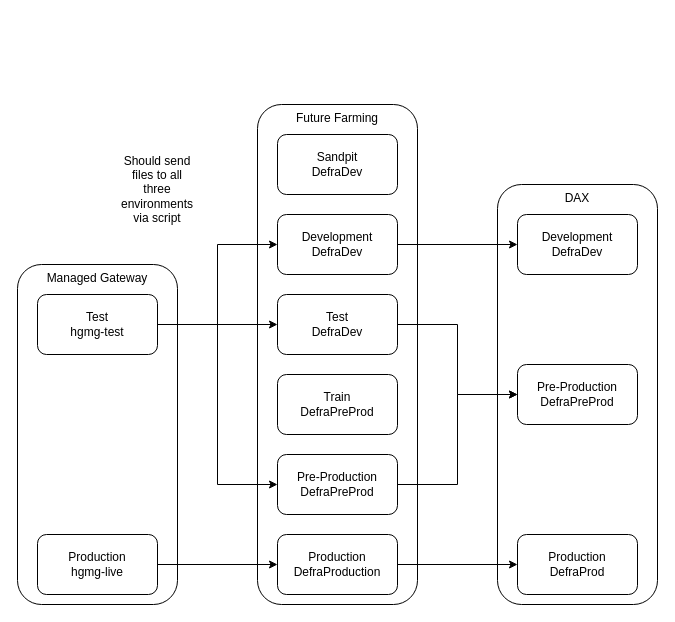
Earlier version of the draw.io diagram dax-integration.drawio (johnwatson484/diagrams). Source tidied: cells renumbered, new cells numbered last; positions are measured from the earlier drawing's top-left corner, leaving out a move shared by most shapes. Both pictures are drawn from the tidied source at 100%, with x=0, y=0 at pixel (17, 104).
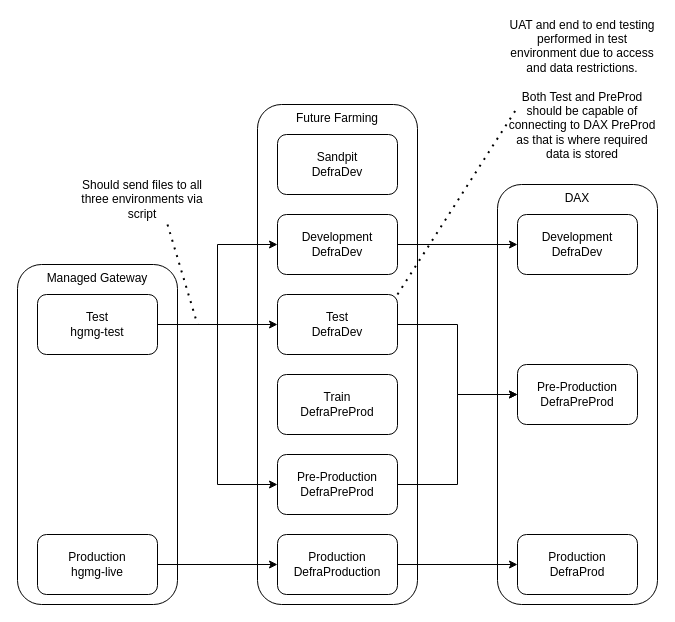
The same page after the edit.

The change refers to these unchanged cells:
```xml
<mxCell id="9" value="Test&lt;br&gt;DefraDev" style="rounded=1;whiteSpace=wrap;html=1;" parent="1" vertex="1">
  <mxGeometry x="260" y="190" width="120" height="60" as="geometry" />
</mxCell>
```

The edit, as a diff of the source:
```diff
@@
     <mxCell id="24" value="Should send files to all three environments via script" style="text;html=1;strokeColor=none;fillColor=none;align=center;verticalAlign=middle;whiteSpace=wrap;rounded=0;" parent="1" vertex="1">
-      <mxGeometry x="110" y="70" width="60" height="30" as="geometry" />
+      <mxGeometry x="50" y="80" width="150" height="30" as="geometry" />
     </mxCell>
+    <mxCell id="25" style="endArrow=none;dashed=1;html=1;dashPattern=1 3;strokeWidth=2;rounded=0;" parent="1" edge="1">
+      <mxGeometry relative="1" as="geometry">
+        <mxPoint x="150" y="120" as="sourcePoint" />
+        <mxPoint x="180" y="220" as="targetPoint" />
+      </mxGeometry>
+    </mxCell>
+    <mxCell id="26" value="UAT and end to end testing performed in test environment due to access and data restrictions.&lt;br&gt;&lt;br&gt;Both Test and PreProd should be capable of connecting to DAX PreProd as that is where required data is stored" style="text;html=1;strokeColor=none;fillColor=none;align=center;verticalAlign=middle;whiteSpace=wrap;rounded=0;" parent="1" vertex="1">
+      <mxGeometry x="490" y="-30" width="150" height="30" as="geometry" />
+    </mxCell>
+    <mxCell id="27" style="endArrow=none;dashed=1;html=1;dashPattern=1 3;strokeWidth=2;rounded=0;entryX=0.053;entryY=1.2;entryDx=0;entryDy=0;entryPerimeter=0;exitX=1;exitY=0;exitDx=0;exitDy=0;" parent="1" edge="1" source="9" target="26">
+      <mxGeometry relative="1" as="geometry" />
+    </mxCell>
```
